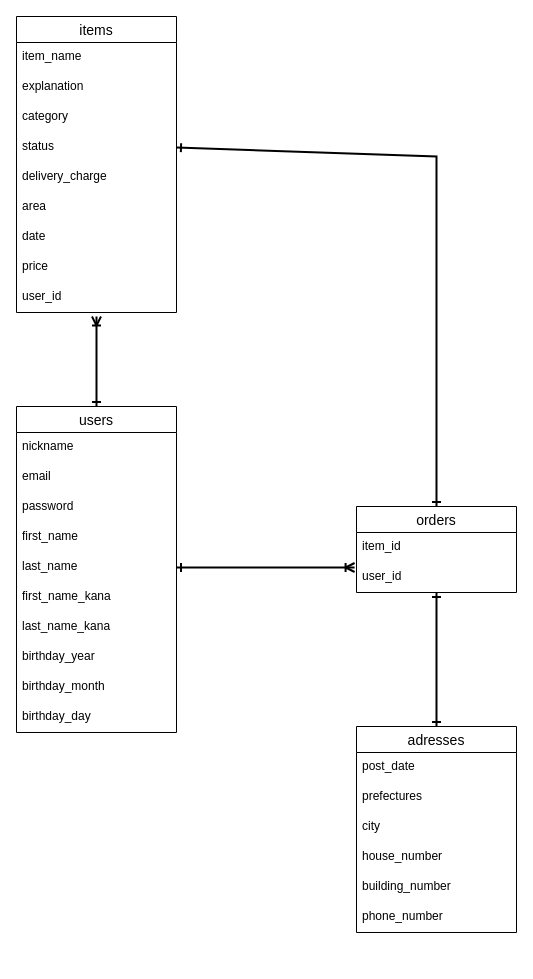
Before: furima.dio in yuuuuyas/furima-36680, a draw.io diagram. Source tidied: cells renumbered, new cells numbered last; positions are measured from the earlier drawing's top-left corner, leaving out a move shared by most shapes. Both pictures are drawn from the tidied source at 100%, with x=0, y=0 at pixel (16, 16).
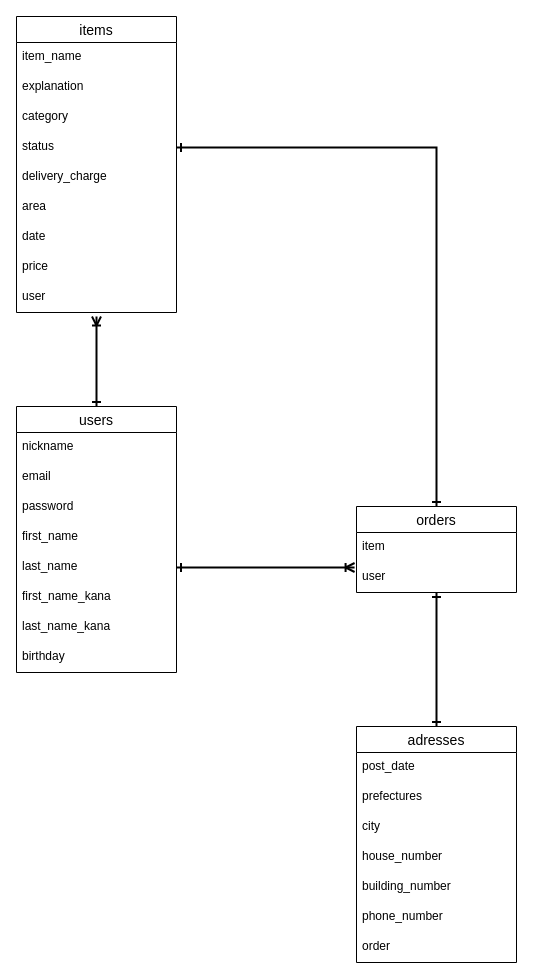
The same page after the edit.

Commit message (it also covers changes not shown here):
README・ER図の修正

The change refers to these unchanged cells:
```xml
<mxCell id="15" value="items" style="swimlane;fontStyle=0;horizontal=1;startSize=26;align=center;fontSize=14;" parent="1" vertex="1">
  <mxGeometry width="160" height="296" as="geometry" />
</mxCell>
<mxCell id="19" value="status" style="text;strokeColor=none;fillColor=none;spacingLeft=4;spacingRight=4;overflow=hidden;points=[[0,0.5],[1,0.5]];portConstraint=eastwest;fontSize=12;" parent="15" vertex="1">
  <mxGeometry y="116" width="160" height="30" as="geometry" />
</mxCell>
<mxCell id="26" value="orders" style="swimlane;fontStyle=0;horizontal=1;startSize=26;align=center;fontSize=14;" parent="1" vertex="1">
  <mxGeometry x="340" y="490" width="160" height="86" as="geometry" />
</mxCell>
```

What changed in the source:
```diff
@@
     <mxCell id="3" value="users" style="swimlane;fontStyle=0;horizontal=1;startSize=26;align=center;fontSize=14;" parent="1" vertex="1">
-      <mxGeometry y="390" width="160" height="326" as="geometry" />
+      <mxGeometry y="390" width="160" height="266" as="geometry" />
     </mxCell>
@@
-    <mxCell id="11" value="birthday_year" style="text;strokeColor=none;fillColor=none;spacingLeft=4;spacingRight=4;overflow=hidden;fontSize=12;" parent="3" vertex="1">
+    <mxCell id="11" value="birthday" style="text;strokeColor=none;fillColor=none;spacingLeft=4;spacingRight=4;overflow=hidden;fontSize=12;" parent="3" vertex="1">
       <mxGeometry y="236" width="160" height="30" as="geometry" />
     </mxCell>
-    <mxCell id="12" value="birthday_month" style="text;strokeColor=none;fillColor=none;spacingLeft=4;spacingRight=4;overflow=hidden;fontSize=12;" parent="3" vertex="1">
-      <mxGeometry y="266" width="160" height="30" as="geometry" />
-    </mxCell>
-    <mxCell id="13" value="birthday_day" style="text;strokeColor=none;fillColor=none;spacingLeft=4;spacingRight=4;overflow=hidden;points=[[0,0.5],[1,0.5]];portConstraint=eastwest;fontSize=12;" parent="3" vertex="1">
-      <mxGeometry y="296" width="160" height="30" as="geometry" />
-    </mxCell>
-    <mxCell id="14" style="edgeStyle=none;rounded=0;html=1;startArrow=ERone;startFill=0;endArrow=ERone;endFill=0;strokeWidth=2;entryX=0.494;entryY=0.967;entryDx=0;entryDy=0;entryPerimeter=0;" parent="3" edge="1" source="3" target="13">
-      <mxGeometry relative="1" as="geometry" />
-    </mxCell>
@@
-    <mxCell id="24" value="user_id" style="text;strokeColor=none;fillColor=none;spacingLeft=4;spacingRight=4;overflow=hidden;fontSize=12;" parent="15" vertex="1">
+    <mxCell id="24" value="user" style="text;strokeColor=none;fillColor=none;spacingLeft=4;spacingRight=4;overflow=hidden;fontSize=12;" parent="15" vertex="1">
       <mxGeometry y="266" width="160" height="30" as="geometry" />
     </mxCell>
@@
-    <mxCell id="27" value="item_id" style="text;strokeColor=none;fillColor=none;spacingLeft=4;spacingRight=4;overflow=hidden;fontSize=12;" parent="26" vertex="1">
+    <mxCell id="27" value="item" style="text;strokeColor=none;fillColor=none;spacingLeft=4;spacingRight=4;overflow=hidden;fontSize=12;" parent="26" vertex="1">
       <mxGeometry y="26" width="160" height="30" as="geometry" />
     </mxCell>
-    <mxCell id="28" value="user_id" style="text;strokeColor=none;fillColor=none;spacingLeft=4;spacingRight=4;overflow=hidden;points=[[0,0.5],[1,0.5]];portConstraint=eastwest;fontSize=12;" parent="26" vertex="1">
+    <mxCell id="28" value="user" style="text;strokeColor=none;fillColor=none;spacingLeft=4;spacingRight=4;overflow=hidden;points=[[0,0.5],[1,0.5]];portConstraint=eastwest;fontSize=12;" parent="26" vertex="1">
       <mxGeometry y="56" width="160" height="30" as="geometry" />
     </mxCell>
     <mxCell id="29" value="adresses" style="swimlane;fontStyle=0;horizontal=1;startSize=26;align=center;fontSize=14;" parent="1" vertex="1">
-      <mxGeometry x="340" y="710" width="160" height="206" as="geometry" />
+      <mxGeometry x="340" y="710" width="160" height="236" as="geometry" />
     </mxCell>
@@
+    <mxCell id="38" value="phone_number" style="text;strokeColor=none;fillColor=none;spacingLeft=4;spacingRight=4;overflow=hidden;fontSize=12;" parent="29" vertex="1">
+      <mxGeometry y="176" width="160" height="30" as="geometry" />
+    </mxCell>
-    <mxCell id="35" value="phone_number" style="text;strokeColor=none;fillColor=none;spacingLeft=4;spacingRight=4;overflow=hidden;fontSize=12;" parent="29" vertex="1">
-      <mxGeometry y="176" width="160" height="30" as="geometry" />
+    <mxCell id="35" value="order" style="text;strokeColor=none;fillColor=none;spacingLeft=4;spacingRight=4;overflow=hidden;fontSize=12;" parent="29" vertex="1">
+      <mxGeometry y="206" width="160" height="30" as="geometry" />
     </mxCell>
     <mxCell id="36" style="edgeStyle=none;html=1;exitX=1;exitY=0.5;exitDx=0;exitDy=0;entryX=0.5;entryY=0;entryDx=0;entryDy=0;startArrow=ERone;startFill=0;endArrow=ERone;endFill=0;strokeWidth=2;rounded=0;" parent="1" edge="1" source="19" target="26">
       <mxGeometry relative="1" as="geometry">
         <Array as="points">
-          <mxPoint x="420" y="140" />
+          <mxPoint x="420" y="131" />
         </Array>
       </mxGeometry>
     </mxCell>
```
